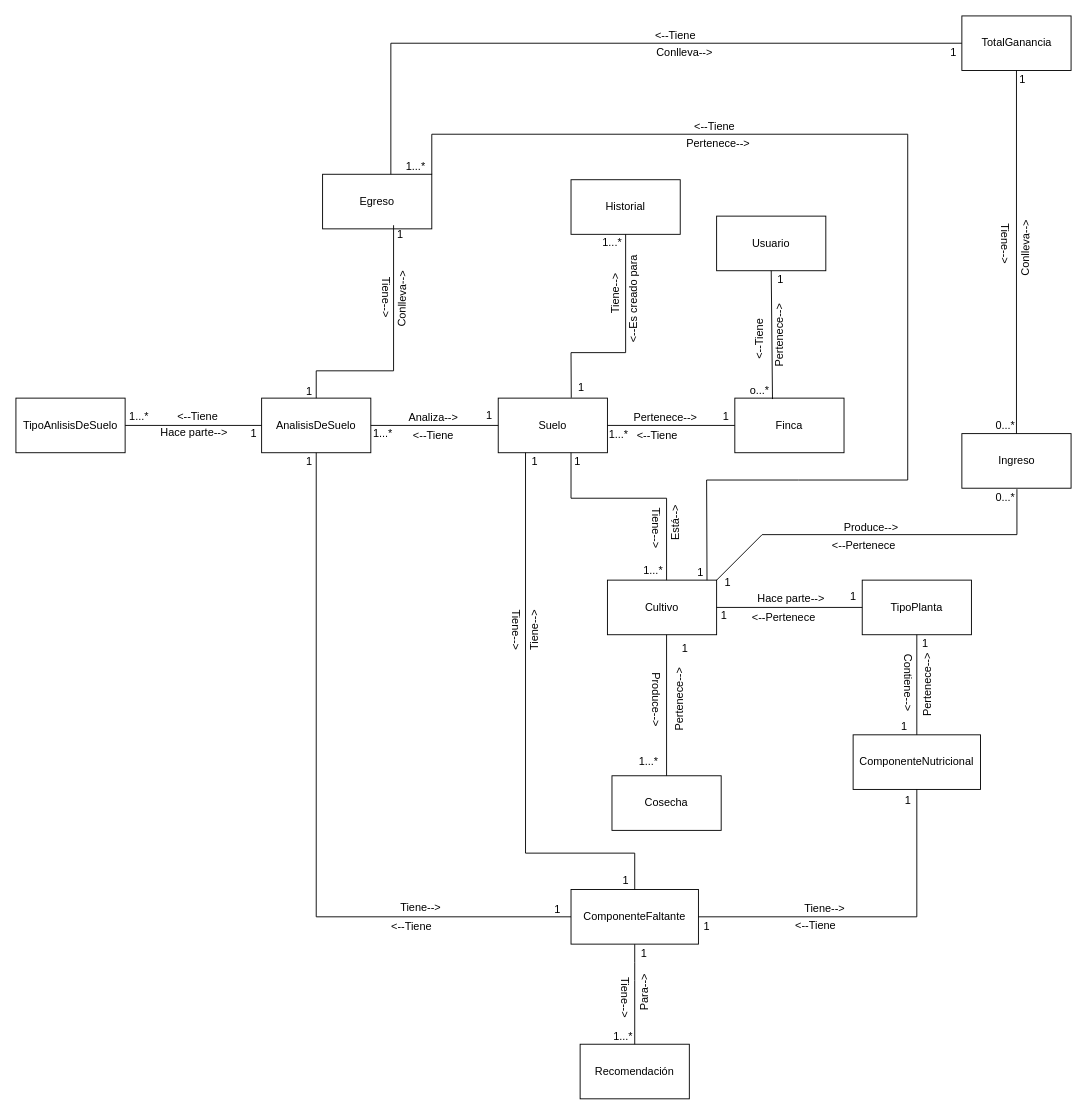
Earlier version of the draw.io diagram CropScan.drawio (1193090526alexander/IngenieriaDeSotwareII). Source tidied: cells renumbered, new cells numbered last; positions are measured from the earlier drawing's top-left corner, leaving out a move shared by most shapes. Both pictures are drawn from the tidied source at 91%, with x=0, y=0 at pixel (15, 15).
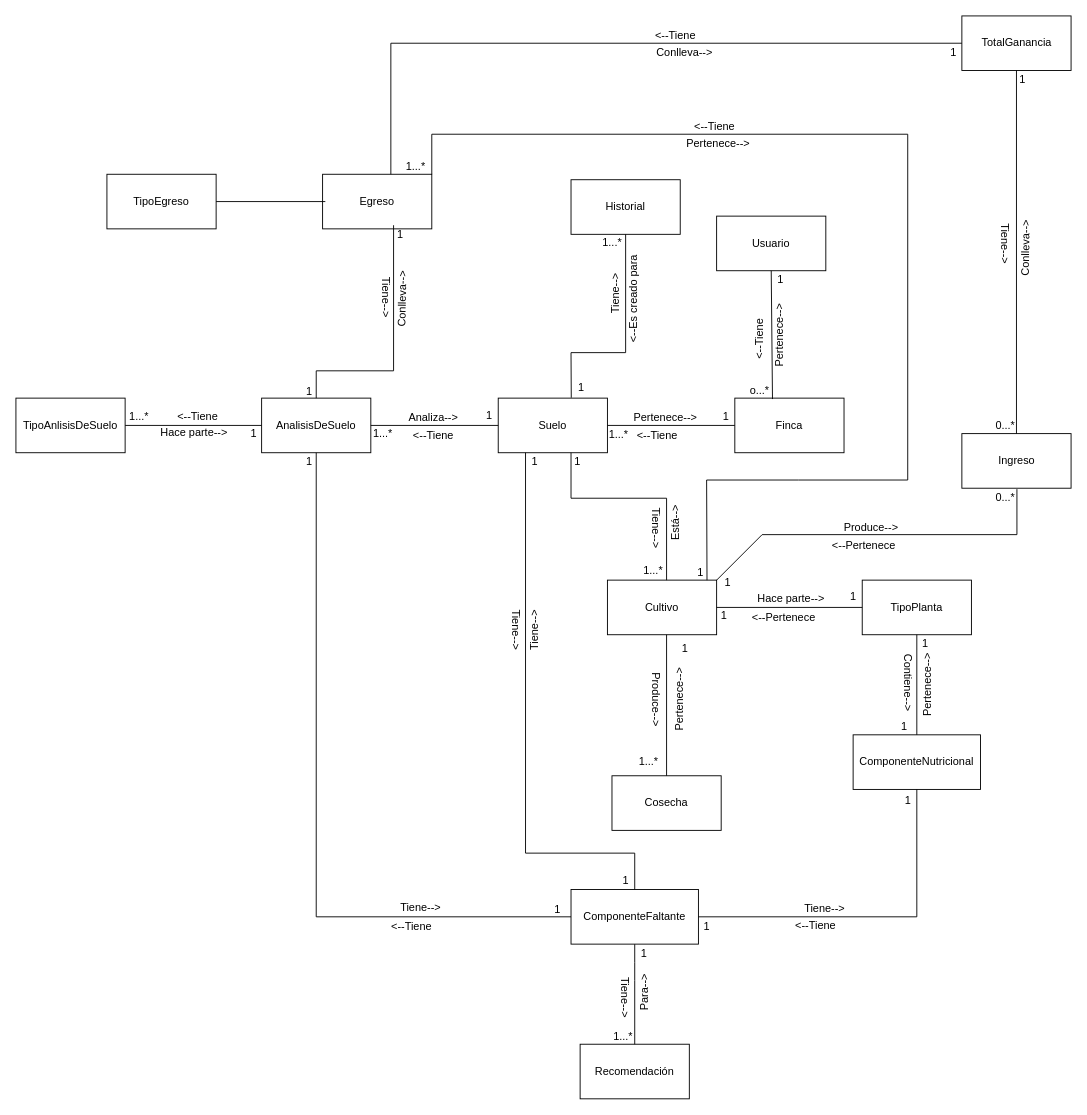
The same diagram, later.

The edit, as a diff of the source:
```diff
@@
+    <mxCell id="106" value="TipoEgreso" style="rounded=0;whiteSpace=wrap;html=1;" parent="1" vertex="1">
+      <mxGeometry x="100" y="174" width="120" height="60" as="geometry" />
+    </mxCell>
+    <mxCell id="107" style="endArrow=none;html=1;rounded=0;exitX=1;exitY=0.5;exitDx=0;exitDy=0;" parent="1" edge="1" source="106">
+      <mxGeometry relative="1" as="geometry">
+        <mxPoint x="340" y="204" as="targetPoint" />
+      </mxGeometry>
+    </mxCell>
```
